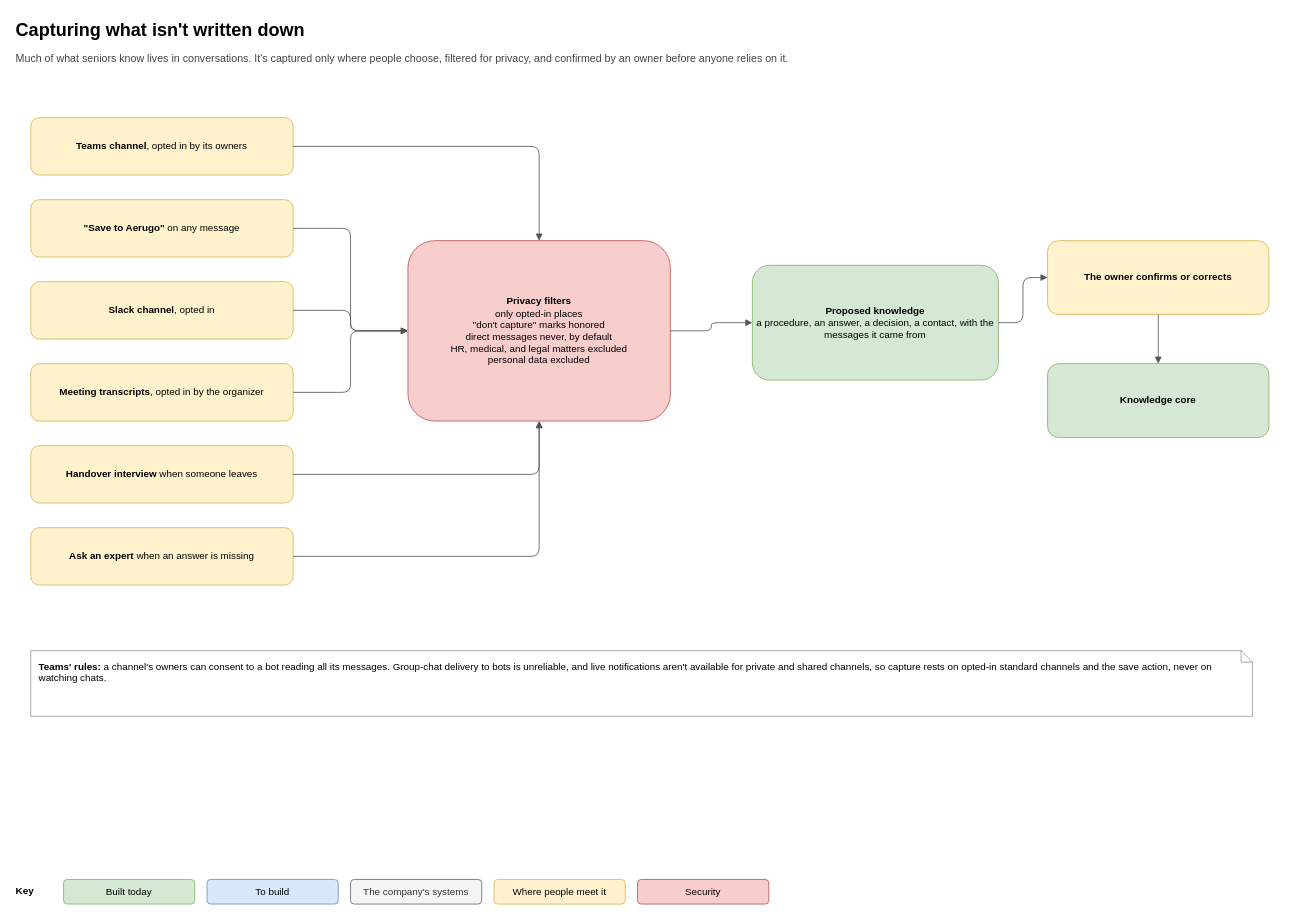
Earlier version of the draw.io diagram page "6. Capture" (6 of 10) of docs/architecture/aerugo-architecture.drawio (aerugo-hq/aerugo-self-host). Source tidied: cells renumbered, new cells numbered last; positions are measured from the earlier drawing's top-left corner, leaving out a move shared by most shapes. Both pictures are drawn from the tidied source at 82%, with x=0, y=0 at pixel (14, 14).
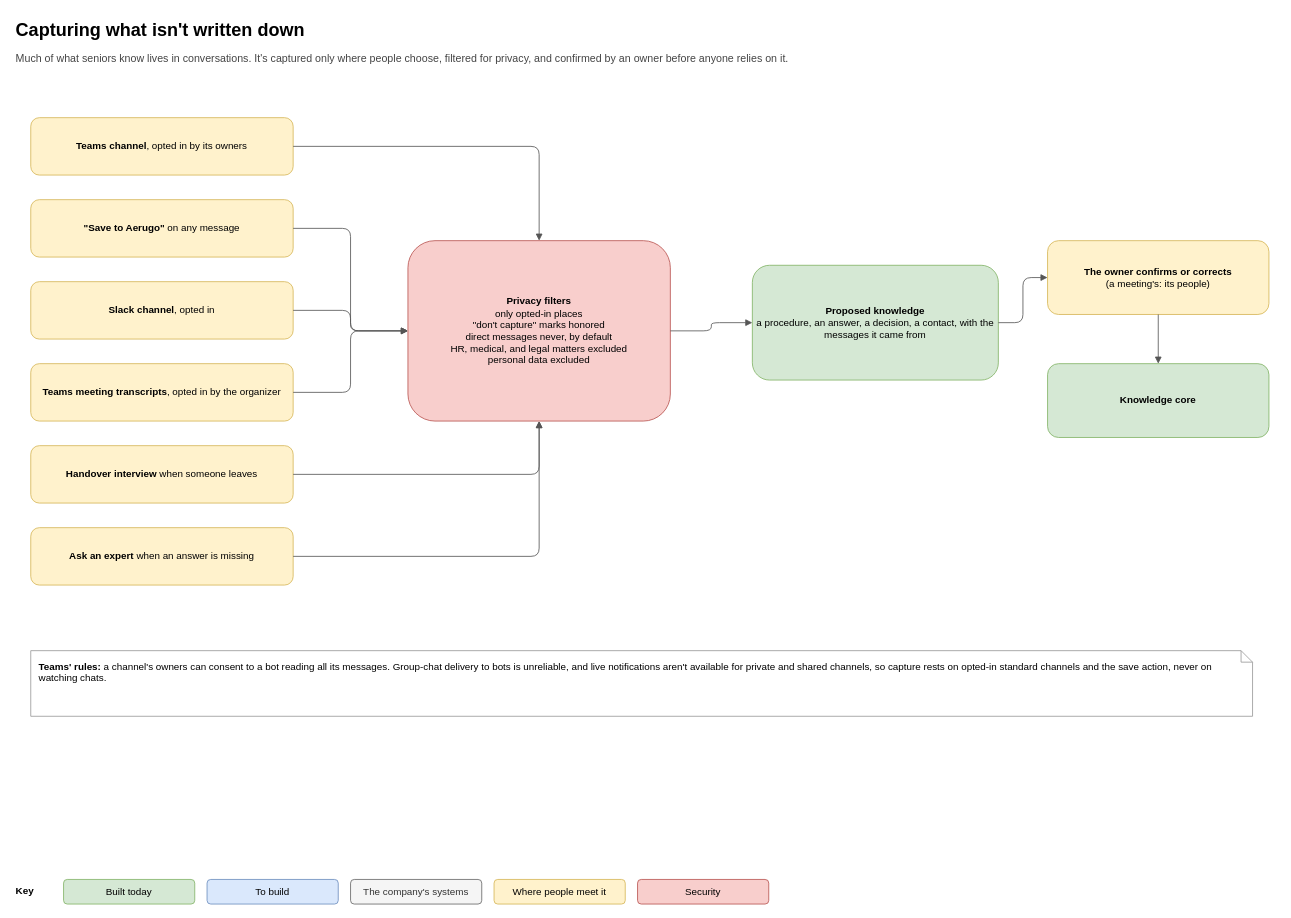
The same diagram, later.

What changed in the source:
```diff
@@
-    <mxCell id="7" value="&lt;b&gt;Meeting transcripts&lt;/b&gt;, opted in by the organizer" style="rounded=1;whiteSpace=wrap;html=1;fillColor=#fff2cc;strokeColor=#d6b656;fontSize=12;" parent="1" vertex="1">
+    <mxCell id="7" value="&lt;b&gt;Teams meeting transcripts&lt;/b&gt;, opted in by the organizer" style="rounded=1;whiteSpace=wrap;html=1;fillColor=#fff2cc;strokeColor=#d6b656;fontSize=12;" parent="1" vertex="1">
       <mxGeometry x="20" y="426" width="320" height="70" as="geometry" />
     </mxCell>
@@
-    <mxCell id="12" value="&lt;b&gt;The owner confirms or corrects&lt;/b&gt;" style="rounded=1;whiteSpace=wrap;html=1;fillColor=#fff2cc;strokeColor=#d6b656;fontSize=12;" parent="1" vertex="1">
+    <mxCell id="12" value="&lt;b&gt;The owner confirms or corrects&lt;/b&gt;&lt;br&gt;(a meeting's: its people)" style="rounded=1;whiteSpace=wrap;html=1;fillColor=#fff2cc;strokeColor=#d6b656;fontSize=12;" parent="1" vertex="1">
       <mxGeometry x="1260" y="276" width="270" height="90" as="geometry" />
     </mxCell>
```
